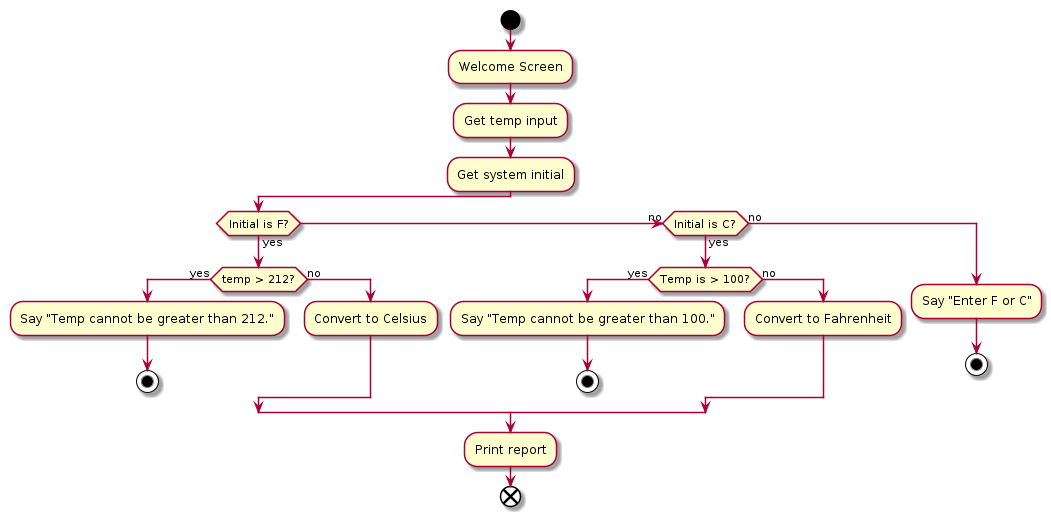
Earlier version of the PlantUML export temp_converter/Documentation/Diagrams/activity_diagram.png (phmuminmason/multi-lang). Its source is kept beside it as temp_converter/Documentation/Diagrams/activity_diagram.puml.
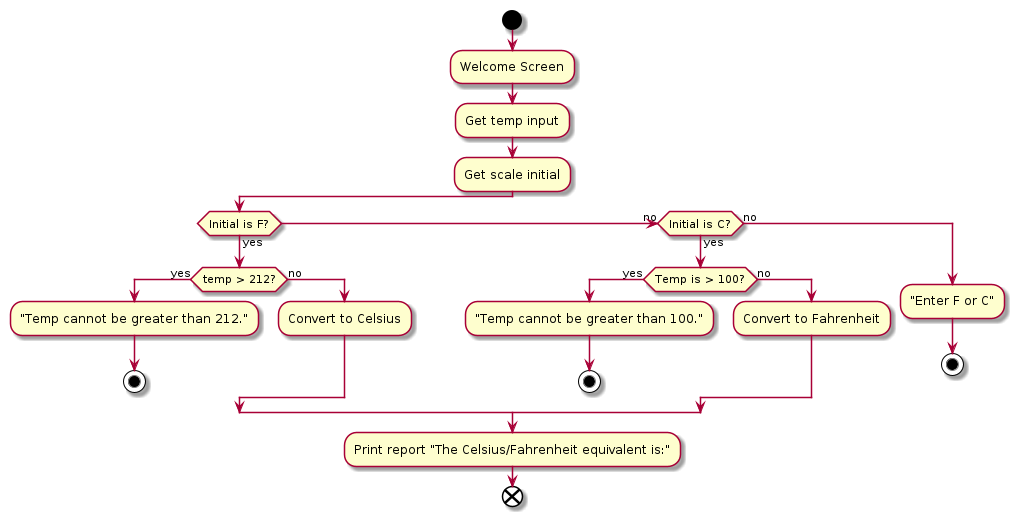
After the commit.

The edit, as a diff of the source:
```diff
@@ -6,28 +6,28 @@
 
 :Get temp input;
 
-:Get system initial;
+:Get scale initial;
 
 if (Initial is F?) then (yes)
 		if (temp > 212?) then (yes)
-			:Say "Temp cannot be greater than 212.";
+			:"Temp cannot be greater than 212.";
 			stop
 		else (no)
 			:Convert to Celsius;
 		endif
 	(no) elseif (Initial is C?) then (yes)
 		if (Temp is > 100?) then (yes)
-			:Say "Temp cannot be greater than 100.";
+			:"Temp cannot be greater than 100.";
 			stop
 		else (no)
 			:Convert to Fahrenheit;
 		endif
 	else (no)
-		:Say "Enter F or C";
+		:"Enter F or C";
 		stop
 endif
 
-:Print report;
+:Print report "The Celsius/Fahrenheit equivalent is:";
 
 end
 
```
